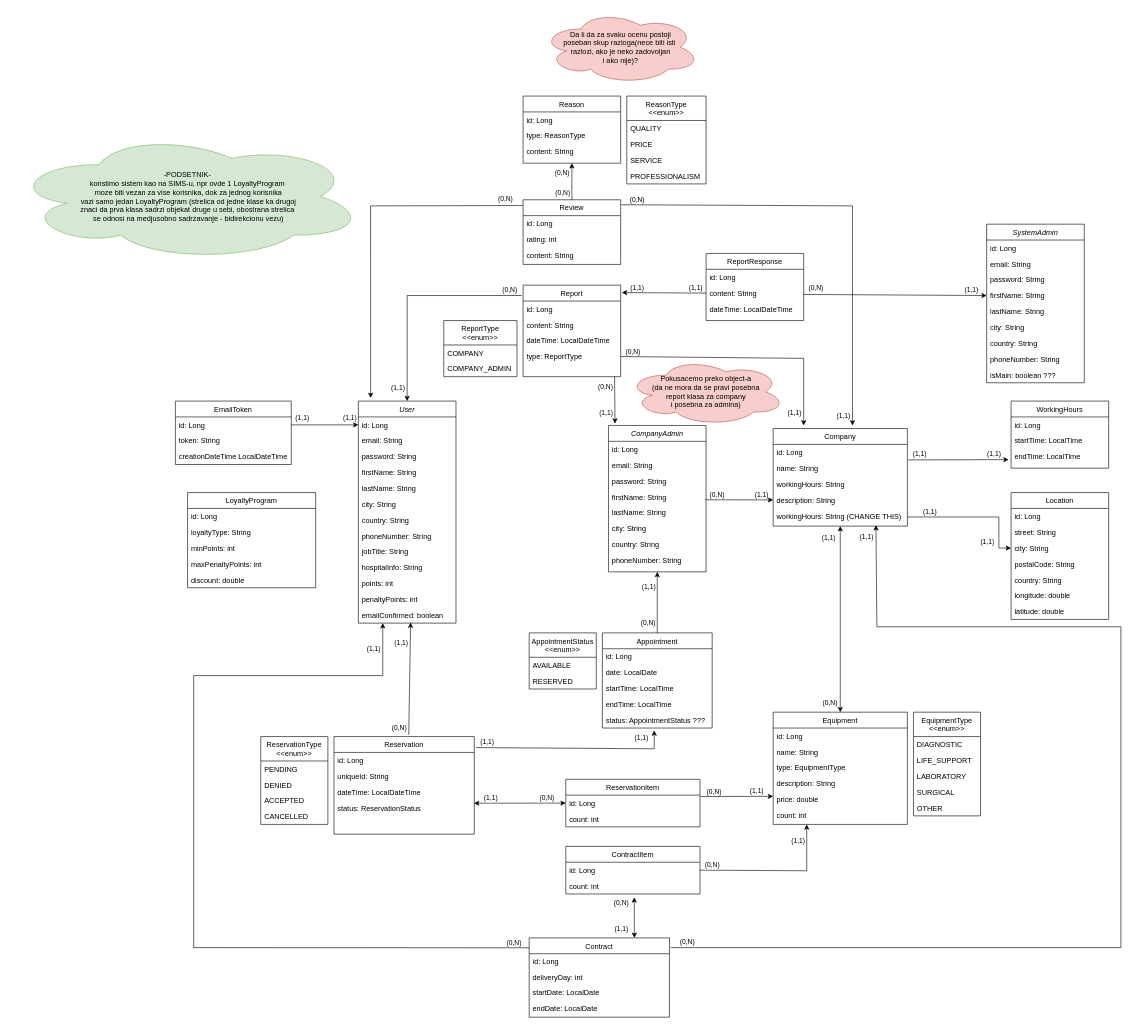
Above: class-diagram/class_diagram.drawio in MiljanaMa/ISA (draw.io), before the change. Source tidied: cells renumbered, new cells numbered last; positions are measured from the earlier drawing's top-left corner, leaving out a move shared by most shapes. Both pictures are drawn from the tidied source at 61%, with x=0, y=0 at pixel (10, 10).
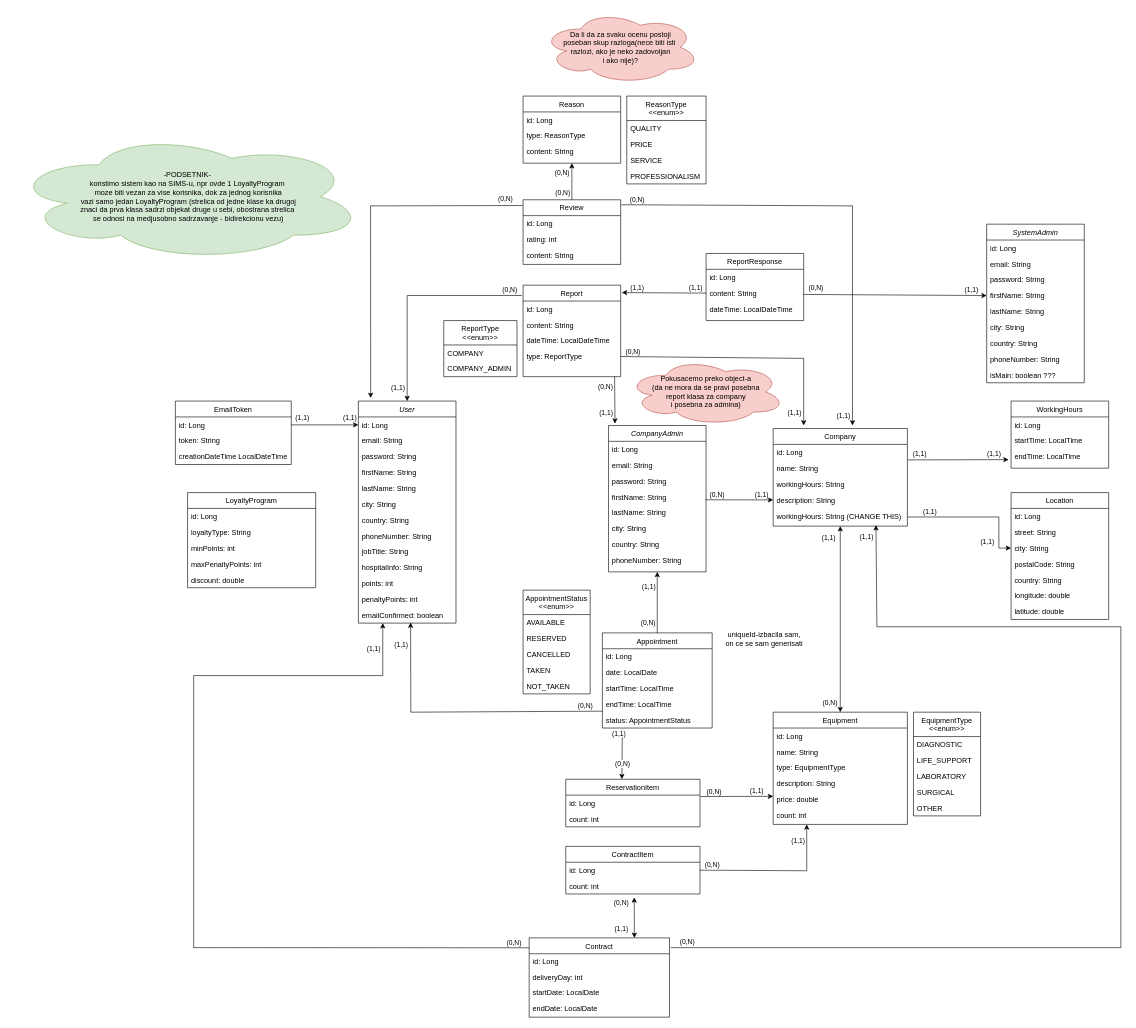
The same diagram, later.

The change refers to these unchanged cells:
```xml
<mxCell id="15" value="emailConfirmed: boolean" style="text;align=left;verticalAlign=top;spacingLeft=4;spacingRight=4;overflow=hidden;points=[[0,0.5],[1,0.5]];portConstraint=eastwest;rounded=0;shadow=0;html=0;" parent="2" vertex="1">
  <mxGeometry y="338" width="160" height="26" as="geometry" />
</mxCell>
<mxCell id="86" value="ReservationItem" style="swimlane;fontStyle=0;align=center;verticalAlign=top;horizontal=1;startSize=26;rounded=0;shadow=0;strokeWidth=1;" parent="1" vertex="1">
  <mxGeometry x="910" y="1260" width="220" height="78" as="geometry" />
</mxCell>
<mxCell id="87" value="id: Long" style="text;align=left;verticalAlign=top;spacingLeft=4;spacingRight=4;overflow=hidden;points=[[0,0.5],[1,0.5]];portConstraint=eastwest;" parent="86" vertex="1">
  <mxGeometry y="26" width="220" height="26" as="geometry" />
</mxCell>
<mxCell id="104" value="Appointment" style="swimlane;fontStyle=0;align=center;verticalAlign=top;horizontal=1;startSize=26;rounded=0;shadow=0;strokeWidth=1;" parent="1" vertex="1">
  <mxGeometry x="970" y="1020" width="180" height="156" as="geometry" />
</mxCell>
<mxCell id="108" value="endTime: LocalTime" style="text;align=left;verticalAlign=top;spacingLeft=4;spacingRight=4;overflow=hidden;points=[[0,0.5],[1,0.5]];portConstraint=eastwest;" parent="104" vertex="1">
  <mxGeometry y="104" width="180" height="26" as="geometry" />
</mxCell>
```

Change to the diagram source:
```diff
@@
-    <mxCell id="81" value="Reservation" style="swimlane;fontStyle=0;align=center;verticalAlign=top;horizontal=1;startSize=26;rounded=0;shadow=0;strokeWidth=1;" parent="1" vertex="1">
-      <mxGeometry x="530" y="1190" width="230" height="160" as="geometry" />
-    </mxCell>
-    <mxCell id="82" value="id: Long" style="text;align=left;verticalAlign=top;spacingLeft=4;spacingRight=4;overflow=hidden;" parent="81" vertex="1">
-      <mxGeometry y="26" width="230" height="26" as="geometry" />
-    </mxCell>
-    <mxCell id="83" value="uniqueId: String" style="text;align=left;verticalAlign=top;spacingLeft=4;spacingRight=4;overflow=hidden;" parent="81" vertex="1">
-      <mxGeometry y="52" width="230" height="26" as="geometry" />
-    </mxCell>
-    <mxCell id="84" value="dateTime: LocalDateTime" style="text;align=left;verticalAlign=top;spacingLeft=4;spacingRight=4;overflow=hidden;" parent="81" vertex="1">
-      <mxGeometry y="78" width="230" height="26" as="geometry" />
-    </mxCell>
-    <mxCell id="85" value="status: ReservationStatus" style="text;align=left;verticalAlign=top;spacingLeft=4;spacingRight=4;overflow=hidden;points=[[0,0.5],[1,0.5]];portConstraint=eastwest;" parent="81" vertex="1">
-      <mxGeometry y="104" width="230" height="26" as="geometry" />
-    </mxCell>
@@
-    <mxCell id="90" value="ReservationType&#10;&lt;&lt;enum&gt;&gt;" style="swimlane;fontStyle=0;align=center;verticalAlign=top;horizontal=1;startSize=40;rounded=0;shadow=0;strokeWidth=1;" parent="1" vertex="1">
-      <mxGeometry x="410" y="1190" width="110" height="144" as="geometry" />
-    </mxCell>
-    <mxCell id="91" value="PENDING" style="text;align=left;verticalAlign=top;spacingLeft=4;spacingRight=4;overflow=hidden;" parent="90" vertex="1">
-      <mxGeometry y="40" width="110" height="26" as="geometry" />
-    </mxCell>
-    <mxCell id="92" value="DENIED" style="text;align=left;verticalAlign=top;spacingLeft=4;spacingRight=4;overflow=hidden;" parent="90" vertex="1">
-      <mxGeometry y="66" width="110" height="26" as="geometry" />
-    </mxCell>
-    <mxCell id="93" value="ACCEPTED" style="text;align=left;verticalAlign=top;spacingLeft=4;spacingRight=4;overflow=hidden;" parent="90" vertex="1">
-      <mxGeometry y="92" width="110" height="26" as="geometry" />
-    </mxCell>
-    <mxCell id="94" value="CANCELLED" style="text;align=left;verticalAlign=top;spacingLeft=4;spacingRight=4;overflow=hidden;" parent="90" vertex="1">
-      <mxGeometry y="118" width="110" height="26" as="geometry" />
-    </mxCell>
-    <mxCell id="95" style="endArrow=classic;startArrow=classic;html=1;rounded=0;entryX=0;entryY=0.5;entryDx=0;entryDy=0;exitX=0.998;exitY=0.2;exitDx=0;exitDy=0;exitPerimeter=0;" parent="1" edge="1" source="85" target="87">
+    <mxCell id="95" style="endArrow=classic;startArrow=classic;html=1;rounded=0;entryX=0.418;entryY=-0.002;entryDx=0;entryDy=0;exitX=0.182;exitY=1.057;exitDx=0;exitDy=0;exitPerimeter=0;entryPerimeter=0;" parent="1" edge="1" source="109" target="86">
       <mxGeometry relative="1" as="geometry" />
     </mxCell>
@@
-    <mxCell id="98" style="endArrow=classic;html=1;rounded=0;exitX=0.533;exitY=-0.017;exitDx=0;exitDy=0;exitPerimeter=0;entryX=0.535;entryY=0.969;entryDx=0;entryDy=0;entryPerimeter=0;" parent="1" edge="1" source="81" target="15">
-      <mxGeometry relative="1" as="geometry" />
+    <mxCell id="98" style="endArrow=classic;html=1;rounded=0;exitX=0.003;exitY=0.937;exitDx=0;exitDy=0;exitPerimeter=0;entryX=0.535;entryY=0.969;entryDx=0;entryDy=0;entryPerimeter=0;" parent="1" edge="1" source="108" target="15">
+      <mxGeometry relative="1" as="geometry">
+        <Array as="points">
+          <mxPoint x="656" y="1150" />
+        </Array>
+      </mxGeometry>
     </mxCell>
     <mxCell id="99" value="(1,1)" style="edgeLabel;html=1;align=center;verticalAlign=middle;" parent="98" vertex="1">
       <mxGeometry x="0.64" y="2" relative="1" as="geometry">
-        <mxPoint x="-14" as="offset" />
+        <mxPoint x="-14" y="-47" as="offset" />
       </mxGeometry>
     </mxCell>
     <mxCell id="100" value="(0,N)" style="edgeLabel;html=1;align=center;verticalAlign=middle;" parent="98" vertex="1">
       <mxGeometry x="-0.5" relative="1" as="geometry">
-        <mxPoint x="-17" y="34" as="offset" />
+        <mxPoint x="86" y="-9" as="offset" />
       </mxGeometry>
     </mxCell>
@@
-    <mxCell id="109" value="status: AppointmentStatus ???" style="text;align=left;verticalAlign=top;spacingLeft=4;spacingRight=4;overflow=hidden;points=[[0,0.5],[1,0.5]];portConstraint=eastwest;" parent="104" vertex="1">
+    <mxCell id="109" value="status: AppointmentStatus" style="text;align=left;verticalAlign=top;spacingLeft=4;spacingRight=4;overflow=hidden;points=[[0,0.5],[1,0.5]];portConstraint=eastwest;" parent="104" vertex="1">
       <mxGeometry y="130" width="180" height="26" as="geometry" />
     </mxCell>
@@
     <mxCell id="113" value="AppointmentStatus&#10;&lt;&lt;enum&gt;&gt;" style="swimlane;fontStyle=0;align=center;verticalAlign=top;horizontal=1;startSize=40;rounded=0;shadow=0;strokeWidth=1;" parent="1" vertex="1">
-      <mxGeometry x="850" y="1020" width="110" height="92" as="geometry" />
+      <mxGeometry x="840" y="950" width="110" height="170" as="geometry" />
     </mxCell>
@@
+    <mxCell id="203" value="RESERVED" style="text;align=left;verticalAlign=top;spacingLeft=4;spacingRight=4;overflow=hidden;" parent="113" vertex="1">
+      <mxGeometry y="66" width="110" height="26" as="geometry" />
+    </mxCell>
+    <mxCell id="94" value="CANCELLED" style="text;align=left;verticalAlign=top;spacingLeft=4;spacingRight=4;overflow=hidden;" parent="113" vertex="1">
+      <mxGeometry y="92" width="110" height="26" as="geometry" />
+    </mxCell>
+    <mxCell id="204" value="TAKEN" style="text;align=left;verticalAlign=top;spacingLeft=4;spacingRight=4;overflow=hidden;" parent="113" vertex="1">
+      <mxGeometry y="118" width="110" height="26" as="geometry" />
+    </mxCell>
-    <mxCell id="115" value="RESERVED" style="text;align=left;verticalAlign=top;spacingLeft=4;spacingRight=4;overflow=hidden;" parent="113" vertex="1">
-      <mxGeometry y="66" width="110" height="26" as="geometry" />
+    <mxCell id="115" value="NOT_TAKEN" style="text;align=left;verticalAlign=top;spacingLeft=4;spacingRight=4;overflow=hidden;" parent="113" vertex="1">
+      <mxGeometry y="144" width="110" height="26" as="geometry" />
     </mxCell>
-    <mxCell id="116" style="endArrow=classic;html=1;rounded=0;exitX=1.012;exitY=0.113;exitDx=0;exitDy=0;exitPerimeter=0;" parent="1" edge="1" source="81">
-      <mxGeometry relative="1" as="geometry">
-        <mxPoint x="1055" y="1180" as="targetPoint" />
-        <Array as="points">
-          <mxPoint x="1055" y="1210" />
-        </Array>
-      </mxGeometry>
-    </mxCell>
-    <mxCell id="117" value="(1,1)" style="edgeLabel;html=1;align=center;verticalAlign=middle;" parent="116" vertex="1">
-      <mxGeometry x="0.77" y="1" relative="1" as="geometry">
-        <mxPoint x="-14" y="-17" as="offset" />
-      </mxGeometry>
-    </mxCell>
-    <mxCell id="118" value="(1,1)" style="edgeLabel;html=1;align=center;verticalAlign=middle;" parent="116" vertex="1">
-      <mxGeometry x="-0.91" y="3" relative="1" as="geometry">
-        <mxPoint x="3" y="-7" as="offset" />
-      </mxGeometry>
-    </mxCell>
@@
+    <mxCell id="205" value="uniqueId-izbacila sam, &lt;br&gt;on ce se sam generisati" style="text;html=1;align=center;verticalAlign=middle;strokeColor=none;fillColor=none;" parent="1" vertex="1">
+      <mxGeometry x="1160" y="1010" width="150" height="40" as="geometry" />
+    </mxCell>
```
